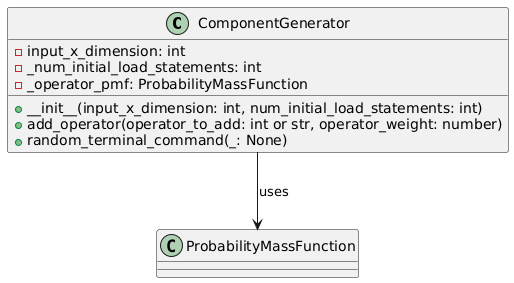
rahmanfarhan/symbolic_regression keeps this PlantUML diagram as symbolic_regression/agraph/component_gen.png. Above is the earlier version.
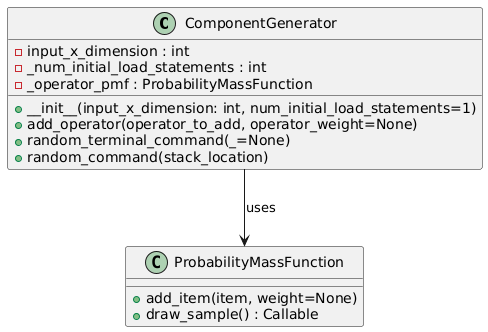
After the change.

Diff of the diagram source:
```diff
@@ -1,14 +1,18 @@
 @startuml
-!define RECTANGLE class
+class ComponentGenerator {
+    - input_x_dimension : int
+    - _num_initial_load_statements : int
+    - _operator_pmf : ProbabilityMassFunction
 
-RECTANGLE ComponentGenerator {
-    - input_x_dimension: int
-    - _num_initial_load_statements: int
-    - _operator_pmf: ProbabilityMassFunction
+    + __init__(input_x_dimension: int, num_initial_load_statements=1)
+    + add_operator(operator_to_add, operator_weight=None)
+    + random_terminal_command(_=None)
+    + random_command(stack_location)
+}
 
-    + __init__(input_x_dimension: int, num_initial_load_statements: int)
-    + add_operator(operator_to_add: int or str, operator_weight: number)
-    + random_terminal_command(_: None)
+class ProbabilityMassFunction {
+    + add_item(item, weight=None)
+    + draw_sample() : Callable
 }
 
 ComponentGenerator --> ProbabilityMassFunction : uses
```
